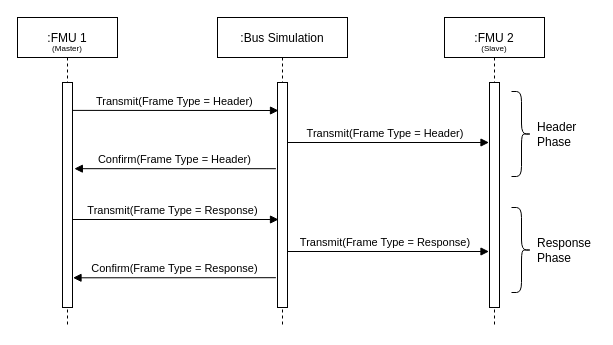
modelica/fmi-ls-bus keeps this draw.io diagram as docs/images/lin_confirmation_with_bus_simulation_fmu.drawio. Above is the earlier version. Source tidied: cells renumbered, new cells numbered last; positions are measured from the earlier drawing's top-left corner, leaving out a move shared by most shapes. Both pictures are drawn from the tidied source at 100%, with x=0, y=0 at pixel (17, 17).
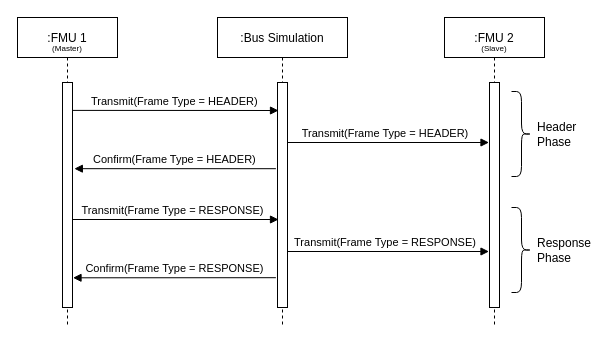
The same diagram, later.

Unchanged cells that the change refers to:
```xml
<mxCell id="4" value=":FMU 1" style="shape=umlLifeline;perimeter=lifelinePerimeter;rounded=0;shadow=0;strokeWidth=1;" parent="1" vertex="1">
  <mxGeometry width="100" height="310" as="geometry" />
</mxCell>
<mxCell id="6" style="points=[];perimeter=orthogonalPerimeter;rounded=0;shadow=0;strokeWidth=1;" parent="4" vertex="1">
  <mxGeometry x="45" y="65" width="10" height="225" as="geometry" />
</mxCell>
<mxCell id="7" value=":Bus Simulation" style="shape=umlLifeline;perimeter=lifelinePerimeter;rounded=0;shadow=0;strokeWidth=1;" parent="1" vertex="1">
  <mxGeometry x="200" width="130" height="310" as="geometry" />
</mxCell>
```

What changed in the source:
```diff
@@
-    <mxCell id="2" value="Transmit(Frame Type = Response)" style="verticalAlign=bottom;endArrow=block;entryX=0;entryY=0;shadow=0;strokeWidth=1;" parent="1" edge="1" source="4">
+    <mxCell id="2" value="Transmit(Frame Type = RESPONSE)" style="verticalAlign=bottom;endArrow=block;entryX=0;entryY=0;shadow=0;strokeWidth=1;" parent="1" edge="1" source="4">
       <mxGeometry relative="1" as="geometry">
         <mxPoint x="261" y="202" as="targetPoint" />
       </mxGeometry>
     </mxCell>
-    <mxCell id="3" value="Transmit(Frame Type = Header)" style="verticalAlign=bottom;endArrow=block;entryX=0;entryY=0;shadow=0;strokeWidth=1;exitX=0.832;exitY=0.124;exitDx=0;exitDy=0;exitPerimeter=0;" parent="1" edge="1" source="6">
+    <mxCell id="3" value="Transmit(Frame Type = HEADER)" style="verticalAlign=bottom;endArrow=block;entryX=0;entryY=0;shadow=0;strokeWidth=1;exitX=0.832;exitY=0.124;exitDx=0;exitDy=0;exitPerimeter=0;" parent="1" edge="1" source="6">
       <mxGeometry relative="1" as="geometry">
         <mxPoint x="261" y="93" as="targetPoint" />
       </mxGeometry>
     </mxCell>
@@
-    <mxCell id="8" value="Transmit(Frame Type = Header)" style="verticalAlign=bottom;endArrow=block;shadow=0;strokeWidth=1;" parent="7" edge="1">
+    <mxCell id="8" value="Transmit(Frame Type = HEADER)" style="verticalAlign=bottom;endArrow=block;shadow=0;strokeWidth=1;" parent="7" edge="1">
       <mxGeometry relative="1" as="geometry">
         <mxPoint x="65" y="125" as="sourcePoint" />
         <mxPoint x="271.5" y="125" as="targetPoint" />
       </mxGeometry>
     </mxCell>
-    <mxCell id="9" value="Transmit(Frame Type = Response)" style="verticalAlign=bottom;endArrow=block;shadow=0;strokeWidth=1;" parent="7" edge="1">
+    <mxCell id="9" value="Transmit(Frame Type = RESPONSE)" style="verticalAlign=bottom;endArrow=block;shadow=0;strokeWidth=1;" parent="7" edge="1">
       <mxGeometry relative="1" as="geometry">
         <mxPoint x="65" y="234" as="sourcePoint" />
         <mxPoint x="271.5" y="234" as="targetPoint" />
       </mxGeometry>
     </mxCell>
@@
-    <mxCell id="16" value="Confirm(Frame Type = Header)" style="verticalAlign=bottom;endArrow=block;shadow=0;strokeWidth=1;exitX=-0.16;exitY=0.729;exitDx=0;exitDy=0;exitPerimeter=0;entryX=1.184;entryY=0.383;entryDx=0;entryDy=0;entryPerimeter=0;" parent="1" edge="1" target="6">
+    <mxCell id="16" value="Confirm(Frame Type = HEADER)" style="verticalAlign=bottom;endArrow=block;shadow=0;strokeWidth=1;exitX=-0.16;exitY=0.729;exitDx=0;exitDy=0;exitPerimeter=0;entryX=1.184;entryY=0.383;entryDx=0;entryDy=0;entryPerimeter=0;" parent="1" edge="1" target="6">
       <mxGeometry relative="1" as="geometry">
         <mxPoint x="258.4" y="151.2" as="sourcePoint" />
       </mxGeometry>
     </mxCell>
-    <mxCell id="17" value="Confirm(Frame Type = Response)" style="verticalAlign=bottom;endArrow=block;shadow=0;strokeWidth=1;exitX=-0.16;exitY=0.729;exitDx=0;exitDy=0;exitPerimeter=0;entryX=1.052;entryY=0.868;entryDx=0;entryDy=0;entryPerimeter=0;" parent="1" edge="1" target="6">
+    <mxCell id="17" value="Confirm(Frame Type = RESPONSE)" style="verticalAlign=bottom;endArrow=block;shadow=0;strokeWidth=1;exitX=-0.16;exitY=0.729;exitDx=0;exitDy=0;exitPerimeter=0;entryX=1.052;entryY=0.868;entryDx=0;entryDy=0;entryPerimeter=0;" parent="1" edge="1" target="6">
       <mxGeometry relative="1" as="geometry">
         <mxPoint x="258.4" y="260.2" as="sourcePoint" />
       </mxGeometry>
     </mxCell>
```
